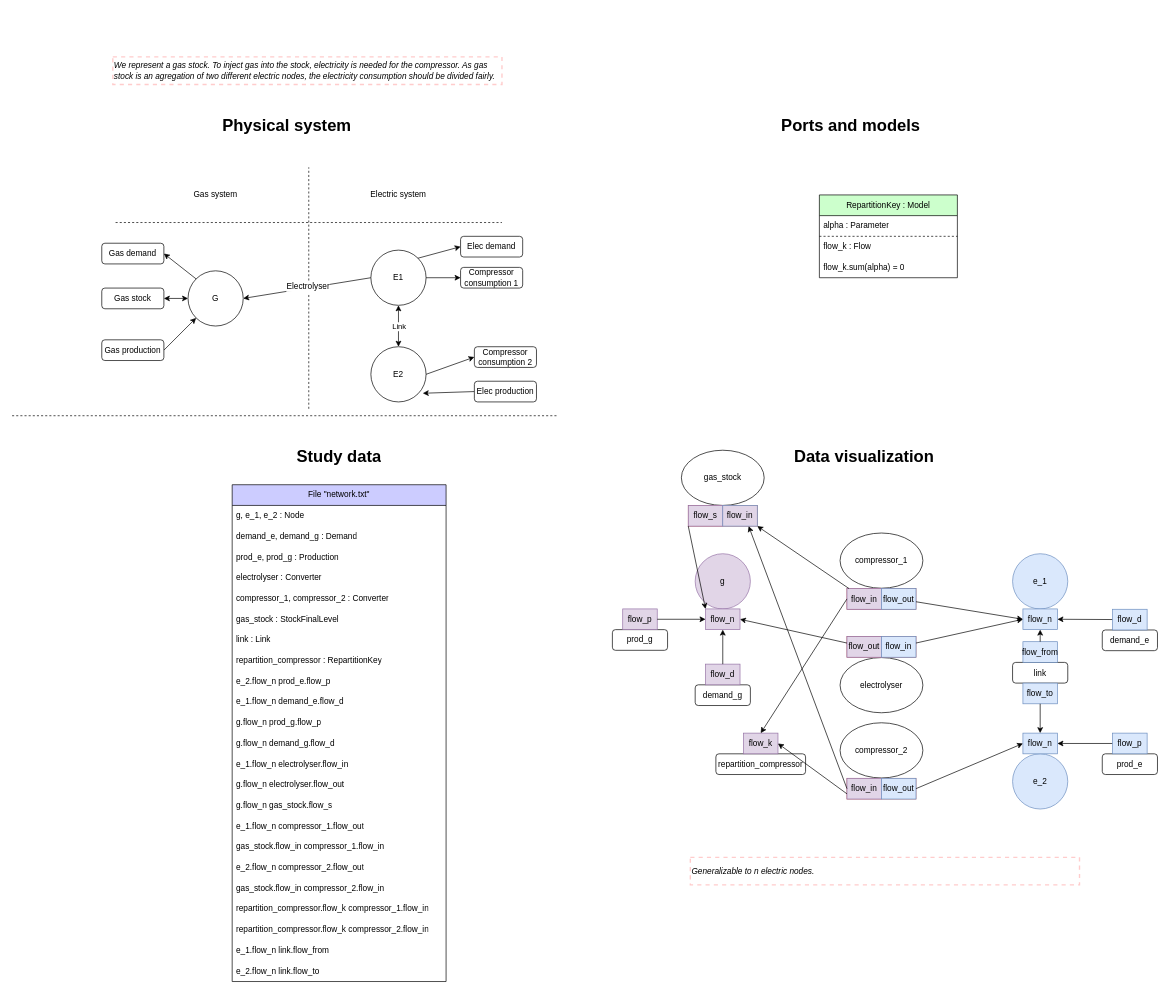
Before: page "three_models_repartition_key" (1 of 7) of models-design/systems/gas_stock_2_elec_compressor.drawio in AntaresSimulatorTeam/andromede-modeling-prototype, a draw.io diagram. Source tidied: cells renumbered, new cells numbered last; positions are measured from the earlier drawing's top-left corner, leaving out a move shared by most shapes. Both pictures are drawn from the tidied source at 69%, with x=0, y=0 at pixel (12, 57).
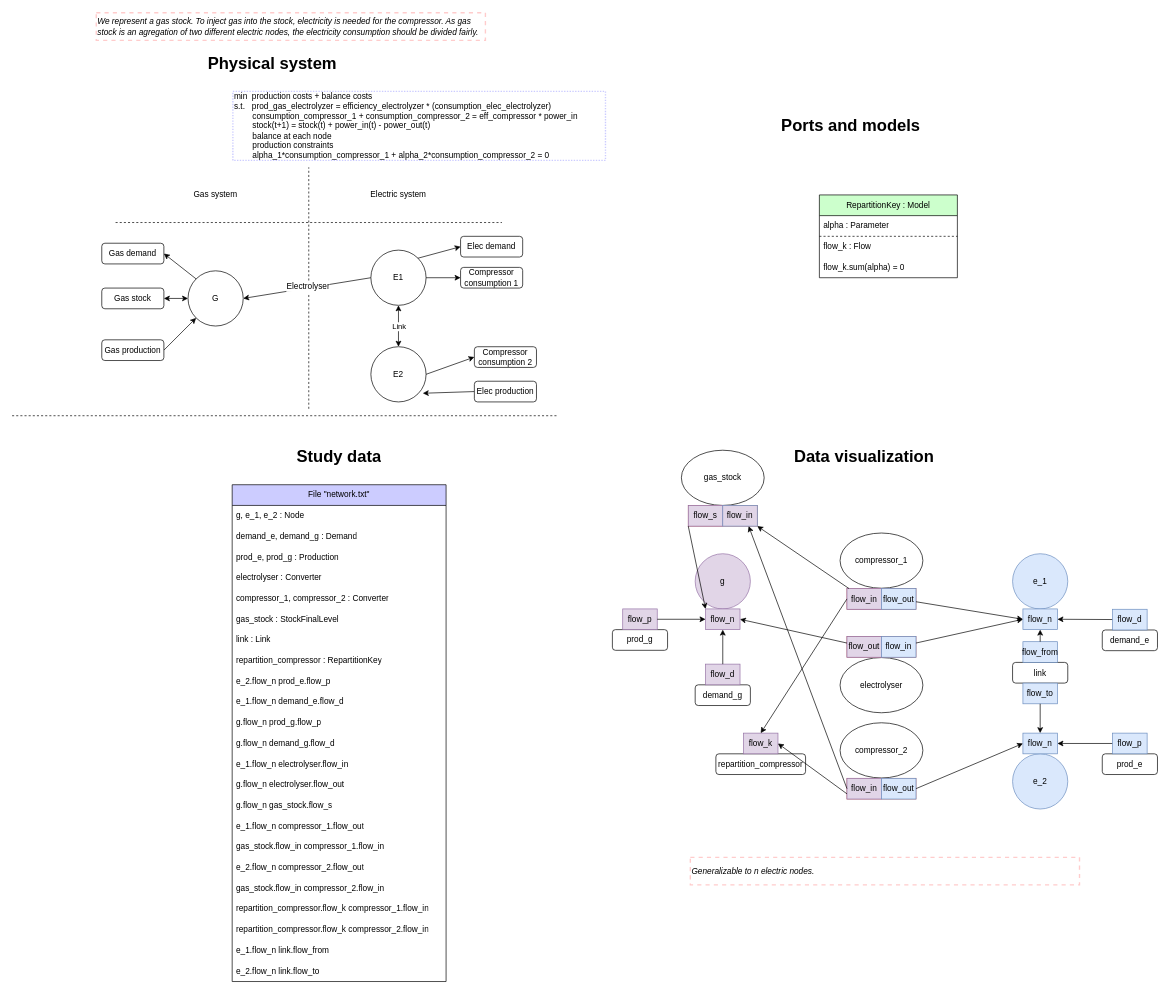
The same page after the edit.

Commit message (it also covers changes not shown here):
Corrections and add optimization problems in stock systems

The edit, as a diff of the source:
```diff
@@
     <mxCell id="17" value="&lt;h1&gt;Physical system&lt;br&gt;&lt;/h1&gt;" style="text;html=1;strokeColor=none;fillColor=none;spacing=5;spacingTop=-20;whiteSpace=wrap;overflow=hidden;rounded=0;" parent="1" vertex="1">
-      <mxGeometry x="300" y="80" width="250" height="40" as="geometry" />
+      <mxGeometry x="279" y="-10" width="250" height="40" as="geometry" />
     </mxCell>
@@
     <mxCell id="101" value="&lt;i&gt;We represent a gas stock. To inject gas into the stock, electricity is needed for the compressor. As gas stock is an agregation of two different electric nodes, the electricity consumption should be divided fairly.&lt;/i&gt;" style="text;html=1;strokeColor=#FFCCCC;fillColor=none;align=left;verticalAlign=middle;whiteSpace=wrap;rounded=0;dashed=1;strokeWidth=2;" parent="1" vertex="1">
-      <mxGeometry x="146" width="564" height="40" as="geometry" />
+      <mxGeometry x="122" y="-64" width="564" height="40" as="geometry" />
     </mxCell>
@@
+    <mxCell id="130" value="min&amp;nbsp;&amp;nbsp;&lt;span style=&quot;&quot;&gt;&lt;/span&gt;production costs + balance costs&lt;br&gt;s.t.&amp;nbsp;&lt;span style=&quot;&quot;&gt;&amp;nbsp;&amp;nbsp;&lt;/span&gt;prod_gas_electrolyzer = efficiency_electrolyzer * (consumption_elec_electrolyzer)&amp;nbsp;&lt;br&gt;&lt;span style=&quot;&quot;&gt;&#9;&lt;/span&gt;&lt;span style=&quot;&quot;&gt;&#9;&lt;/span&gt;&lt;span style=&quot;white-space: pre;&quot;&gt;&#9;&lt;/span&gt;consumption_compressor_1 + consumption_compressor_2 =&amp;nbsp;eff_compressor * power_in&lt;br&gt;&lt;span style=&quot;&quot;&gt;&#9;&lt;/span&gt;&lt;span style=&quot;&quot;&gt;&#9;&lt;/span&gt;&lt;span style=&quot;white-space: pre;&quot;&gt;&#9;&lt;/span&gt;stock(t+1) = stock(t) + power_in(t) - power_out(t)&amp;nbsp;&amp;nbsp;&lt;br&gt;&lt;span style=&quot;&quot;&gt;&#9;&lt;/span&gt;&lt;span style=&quot;&quot;&gt;&#9;&lt;/span&gt;&lt;span style=&quot;white-space: pre;&quot;&gt;&#9;&lt;/span&gt;balance at each node&lt;br&gt;&lt;span style=&quot;&quot;&gt;&#9;&lt;/span&gt;&lt;span style=&quot;&quot;&gt;&#9;&lt;/span&gt;&lt;span style=&quot;white-space: pre;&quot;&gt;&#9;&lt;/span&gt;production constraints&lt;br&gt;&lt;span style=&quot;white-space: pre;&quot;&gt;&#9;&lt;/span&gt;alpha_1*consumption_compressor_1 + alpha_2*consumption_compressor_2 = 0" style="text;html=1;strokeColor=#CCCCFF;fillColor=none;align=left;verticalAlign=middle;whiteSpace=wrap;rounded=0;dashed=1;dashPattern=1 1;strokeWidth=2;" parent="1" vertex="1">
+      <mxGeometry x="320" y="50" width="540" height="100" as="geometry" />
+    </mxCell>
```
